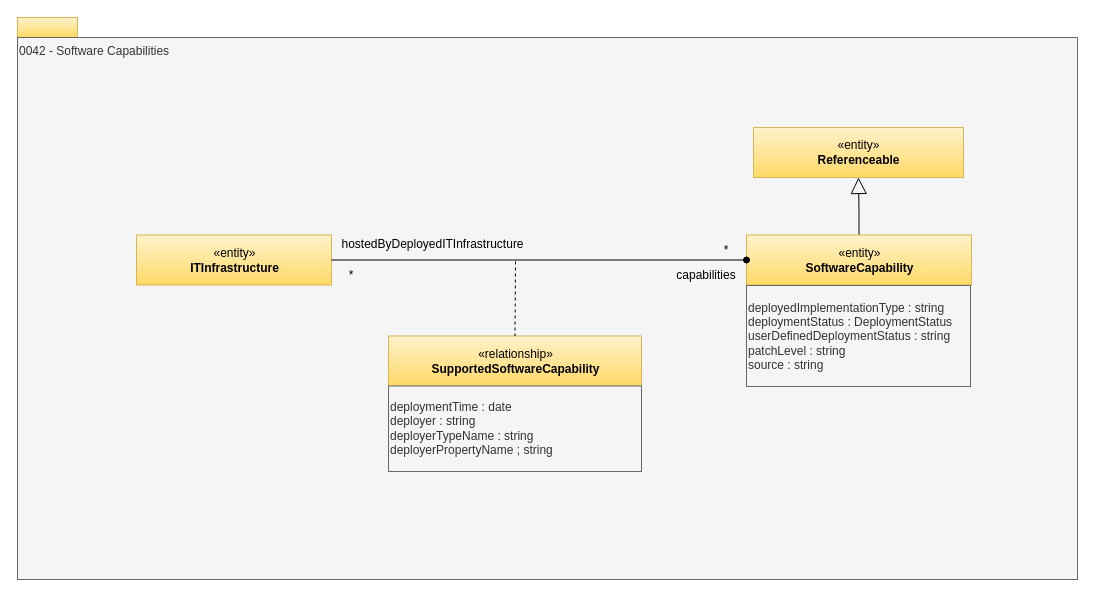
The draw.io diagram page "0042-Software-Capabilities" (26 of 33) of site/docs/types/0/area-0-basic-types-and-infrastructure.drawio in odpi/egeria-docs, before the edit. Source tidied: cells renumbered, new cells numbered last; positions are measured from the earlier drawing's top-left corner, leaving out a move shared by most shapes. Both pictures are drawn from the tidied source at 100%, with x=0, y=0 at pixel (17, 17).
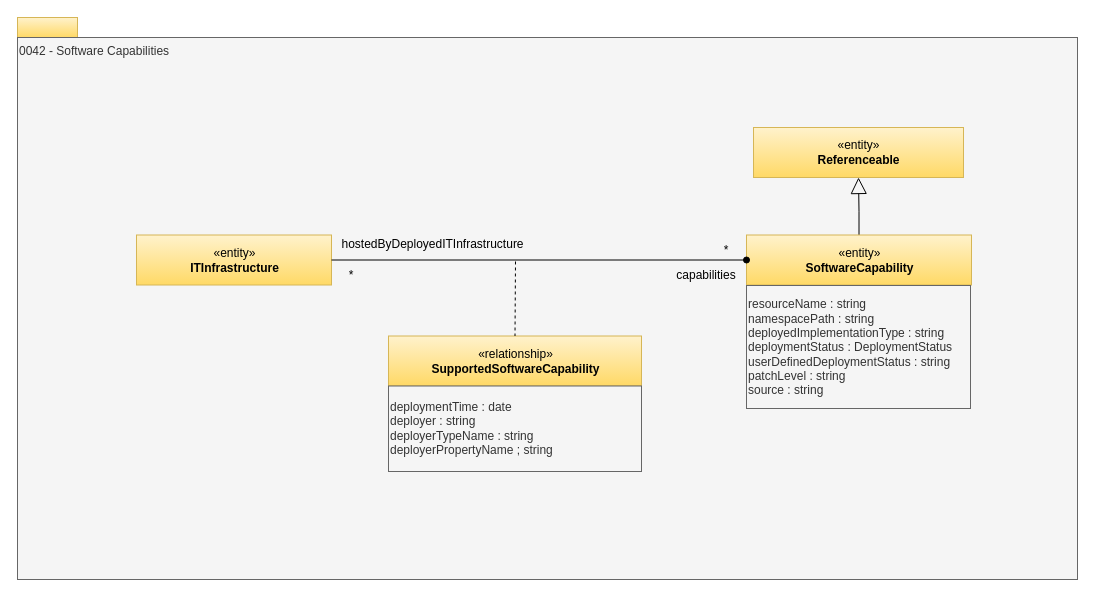
The same page after the edit.

Diff of the diagram source:
```diff
@@
 <mxGraphModel>
   <root>
     <mxCell id="0" />
     <mxCell id="1" parent="0" />
     <mxCell id="2" style="rounded=0;whiteSpace=wrap;html=1;align=left;fillColor=#fff2cc;strokeColor=#d6b656;gradientColor=#ffd966;" parent="1" vertex="1">
       <mxGeometry width="60" height="20" as="geometry" />
     </mxCell>
     <mxCell id="3" value="0042 - Software Capabilities" style="rounded=0;whiteSpace=wrap;html=1;align=left;verticalAlign=top;fillColor=#f5f5f5;fontColor=#333333;strokeColor=#666666;" parent="1" vertex="1">
       <mxGeometry y="20" width="1060" height="542" as="geometry" />
     </mxCell>
     <mxCell id="4" value="«entity»&lt;br&gt;&lt;b&gt;ITInfrastructure&lt;/b&gt;" style="html=1;strokeColor=#d6b656;align=center;fillColor=#fff2cc;gradientColor=#ffd966;" parent="1" vertex="1">
       <mxGeometry x="119" y="217.5" width="195" height="50" as="geometry" />
     </mxCell>
     <mxCell id="5" value="«relationship»&lt;br&gt;&lt;b&gt;Supported&lt;/b&gt;&lt;b&gt;SoftwareCapability&lt;/b&gt;" style="html=1;strokeColor=#d6b656;align=center;fillColor=#fff2cc;gradientColor=#ffd966;" parent="1" vertex="1">
       <mxGeometry x="371" y="318.5" width="253" height="50" as="geometry" />
     </mxCell>
     <mxCell id="6" style="endArrow=none;dashed=1;html=1;entryX=0.5;entryY=0;" parent="1" edge="1" target="5">
       <mxGeometry relative="1" as="geometry">
         <mxPoint x="498" y="244" as="sourcePoint" />
       </mxGeometry>
     </mxCell>
     <mxCell id="7" style="edgeStyle=orthogonalEdgeStyle;rounded=0;jettySize=auto;html=1;endArrow=block;endFill=0;endSize=14;" parent="1" edge="1" source="8" target="13">
       <mxGeometry relative="1" as="geometry" />
     </mxCell>
     <mxCell id="8" value="«entity»&lt;br&gt;&lt;b&gt;SoftwareCapability&lt;/b&gt;" style="html=1;strokeColor=#d6b656;align=center;fillColor=#fff2cc;gradientColor=#ffd966;" parent="1" vertex="1">
       <mxGeometry x="729" y="217.5" width="225" height="50" as="geometry" />
     </mxCell>
-    <mxCell id="9" value="deployedImplementationType : string&lt;div&gt;deploymentStatus : DeploymentStatus&lt;br&gt;&lt;span style=&quot;background-color: transparent; color: light-dark(rgb(51, 51, 51), rgb(193, 193, 193));&quot;&gt;userDefinedDeploymentStatus : string&lt;/span&gt;&lt;div&gt;patchLevel : string&lt;br&gt;source : string&lt;br&gt;&lt;/div&gt;&lt;/div&gt;" style="rounded=0;whiteSpace=wrap;html=1;strokeColor=#666666;align=left;fillColor=#f5f5f5;fontColor=#333333;" parent="1" vertex="1">
-      <mxGeometry x="729" y="268" width="224" height="101" as="geometry" />
+    <mxCell id="9" value="resourceName : string&lt;br&gt;&lt;span style=&quot;background-color: transparent; color: light-dark(rgb(51, 51, 51), rgb(193, 193, 193));&quot;&gt;namespacePath : string&lt;/span&gt;&lt;div&gt;deployedImplementationType : string&lt;div&gt;deploymentStatus : DeploymentStatus&lt;br&gt;&lt;span style=&quot;background-color: transparent; color: light-dark(rgb(51, 51, 51), rgb(193, 193, 193));&quot;&gt;userDefinedDeploymentStatus : string&lt;/span&gt;&lt;div&gt;patchLevel : string&lt;br&gt;source : string&lt;br&gt;&lt;/div&gt;&lt;/div&gt;&lt;/div&gt;" style="rounded=0;whiteSpace=wrap;html=1;strokeColor=#666666;align=left;fillColor=#f5f5f5;fontColor=#333333;" parent="1" vertex="1">
+      <mxGeometry x="729" y="268" width="224" height="123" as="geometry" />
     </mxCell>
     <mxCell id="10" value="*" style="text;html=1;strokeColor=none;fillColor=none;align=center;verticalAlign=middle;whiteSpace=wrap;rounded=0;" parent="1" vertex="1">
       <mxGeometry x="314" y="247.5" width="40" height="20" as="geometry" />
     </mxCell>
     <mxCell id="11" value="*" style="text;html=1;strokeColor=none;fillColor=none;align=center;verticalAlign=middle;whiteSpace=wrap;rounded=0;" parent="1" vertex="1">
       <mxGeometry x="689" y="222.5" width="40" height="20" as="geometry" />
     </mxCell>
     <mxCell id="12" value="capabilities" style="text;html=1;strokeColor=none;fillColor=none;align=center;verticalAlign=middle;whiteSpace=wrap;rounded=0;" parent="1" vertex="1">
       <mxGeometry x="651" y="247.5" width="76" height="20" as="geometry" />
     </mxCell>
     <mxCell id="13" value="«entity»&lt;br&gt;&lt;b&gt;Referenceable&lt;/b&gt;" style="html=1;strokeColor=#d6b656;align=center;fillColor=#fff2cc;gradientColor=#ffd966;" parent="1" vertex="1">
       <mxGeometry x="736" y="110" width="210" height="50" as="geometry" />
     </mxCell>
     <mxCell id="14" value="deploymentTime : date&lt;br&gt;deployer : string&lt;br&gt;deployerTypeName : string&lt;br&gt;deployerPropertyName ; string" style="rounded=0;whiteSpace=wrap;html=1;strokeColor=#666666;align=left;fillColor=#f5f5f5;fontColor=#333333;" parent="1" vertex="1">
       <mxGeometry x="371" y="368.5" width="253" height="85.5" as="geometry" />
     </mxCell>
     <mxCell id="15" value="hostedByDeployedITInfrastructure" style="text;html=1;align=center;verticalAlign=middle;strokeColor=none;fillColor=none;" parent="1" vertex="1">
       <mxGeometry x="319" y="217.5" width="192" height="18" as="geometry" />
     </mxCell>
     <mxCell id="16" style="endArrow=none;html=1;startArrow=oval;startFill=1;" parent="1" edge="1" source="8" target="4">
       <mxGeometry relative="1" as="geometry" />
     </mxCell>
   </root>
 </mxGraphModel>
```
